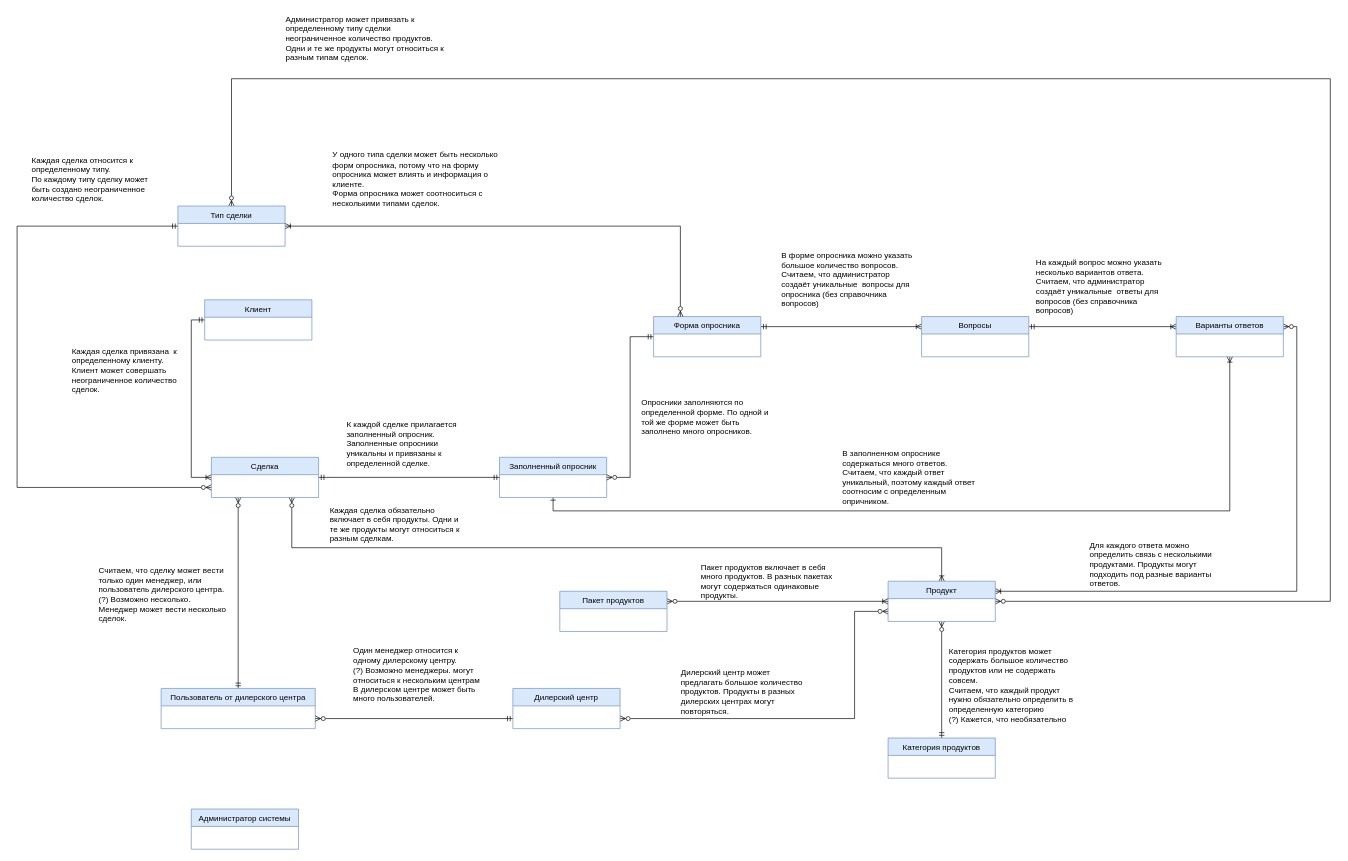
This is Диаграмма меню.drawio from Kkorolyok/Diagrams, a draw.io file, before an edit. Source tidied: cells renumbered, new cells numbered last; positions are measured from the earlier drawing's top-left corner, leaving out a move shared by most shapes. Both pictures are drawn from the tidied source at 67%, with x=0, y=0 at pixel (17, 11).
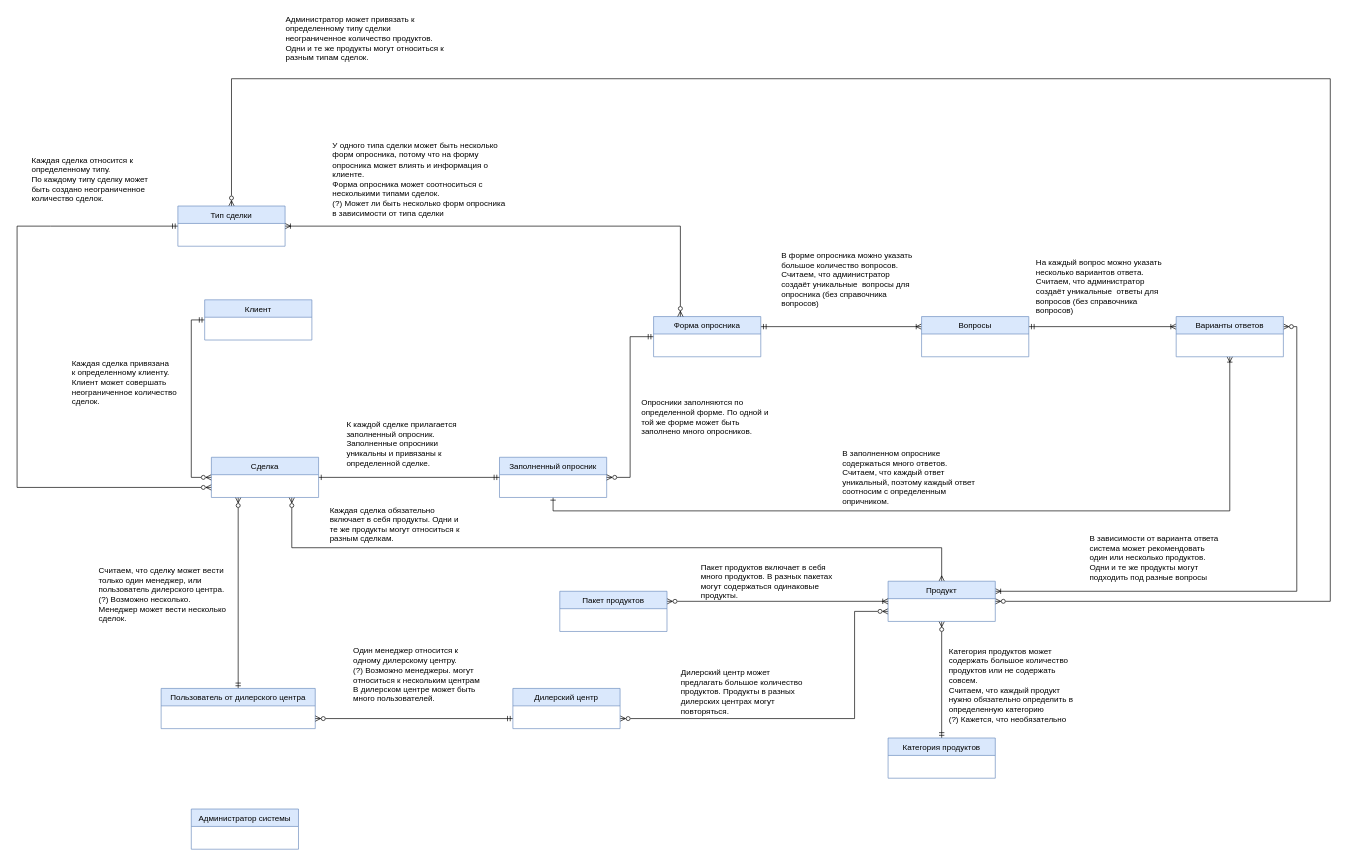
The same page after the edit.

The change refers to these unchanged cells:
```xml
<mxCell id="3" value="Заполненный опросник" style="swimlane;fontStyle=0;align=center;verticalAlign=top;horizontal=1;startSize=26;rounded=0;shadow=0;strokeWidth=1;fillColor=#dae8fc;strokeColor=#6c8ebf;" parent="1" vertex="1">
  <mxGeometry x="720" y="665" width="160" height="60" as="geometry" />
</mxCell>
<mxCell id="12" value="Клиент" style="swimlane;fontStyle=0;align=center;verticalAlign=top;horizontal=1;startSize=26;rounded=0;shadow=0;strokeWidth=1;fillColor=#dae8fc;strokeColor=#6c8ebf;" parent="1" vertex="1">
  <mxGeometry x="280" y="430" width="160" height="60" as="geometry" />
</mxCell>
<mxCell id="20" value="Сделка" style="swimlane;fontStyle=0;align=center;verticalAlign=top;horizontal=1;startSize=26;rounded=0;shadow=0;strokeWidth=1;fillColor=#dae8fc;strokeColor=#6c8ebf;" parent="1" vertex="1">
  <mxGeometry x="290" y="665" width="160" height="60" as="geometry" />
</mxCell>
<mxCell id="34" value="Продукт" style="swimlane;fontStyle=0;align=center;verticalAlign=top;horizontal=1;startSize=26;rounded=0;shadow=0;strokeWidth=1;fillColor=#dae8fc;strokeColor=#6c8ebf;" parent="1" vertex="1">
  <mxGeometry x="1300" y="850" width="160" height="60" as="geometry" />
</mxCell>
```

Diff of the diagram source:
```diff
@@
-    <mxCell id="11" style="edgeStyle=orthogonalEdgeStyle;rounded=0;jettySize=auto;html=1;exitX=0;exitY=0.5;exitDx=0;exitDy=0;entryX=0;entryY=0.5;entryDx=0;entryDy=0;startArrow=ERmandOne;startFill=0;endArrow=ERoneToMany;endFill=0;labelPosition=left;verticalLabelPosition=middle;align=right;verticalAlign=middle;" parent="1" edge="1" source="12" target="20">
+    <mxCell id="11" style="edgeStyle=orthogonalEdgeStyle;rounded=0;jettySize=auto;html=1;exitX=0;exitY=0.5;exitDx=0;exitDy=0;entryX=0;entryY=0.5;entryDx=0;entryDy=0;startArrow=ERmandOne;startFill=0;endArrow=ERzeroToMany;endFill=0;labelPosition=left;verticalLabelPosition=middle;align=right;verticalAlign=middle;" parent="1" edge="1" source="12" target="20">
       <mxGeometry x="0.01" relative="1" as="geometry" />
     </mxCell>
@@
-    <mxCell id="18" style="edgeStyle=orthogonalEdgeStyle;rounded=0;jettySize=auto;html=1;exitX=1;exitY=0.5;exitDx=0;exitDy=0;entryX=0;entryY=0.5;entryDx=0;entryDy=0;startArrow=ERmandOne;startFill=0;endArrow=ERmandOne;endFill=0;" parent="1" edge="1" source="20" target="3">
+    <mxCell id="18" style="edgeStyle=orthogonalEdgeStyle;rounded=0;jettySize=auto;html=1;exitX=1;exitY=0.5;exitDx=0;exitDy=0;entryX=0;entryY=0.5;entryDx=0;entryDy=0;startArrow=ERone;startFill=0;endArrow=ERmandOne;endFill=0;" parent="1" edge="1" source="20" target="3">
       <mxGeometry relative="1" as="geometry" />
     </mxCell>
-    <mxCell id="19" style="edgeStyle=orthogonalEdgeStyle;rounded=0;jettySize=auto;html=1;exitX=0.75;exitY=1;exitDx=0;exitDy=0;entryX=0.5;entryY=0;entryDx=0;entryDy=0;startArrow=ERzeroToMany;startFill=0;endArrow=ERoneToMany;endFill=0;" parent="1" edge="1" source="20" target="34">
+    <mxCell id="19" style="edgeStyle=orthogonalEdgeStyle;rounded=0;jettySize=auto;html=1;exitX=0.75;exitY=1;exitDx=0;exitDy=0;entryX=0.5;entryY=0;entryDx=0;entryDy=0;startArrow=ERzeroToMany;startFill=0;endArrow=ERmany;endFill=0;" parent="1" edge="1" source="20" target="34">
       <mxGeometry relative="1" as="geometry">
         <Array as="points">
           <mxPoint x="410" y="800" />
           <mxPoint x="1380" y="800" />
         </Array>
       </mxGeometry>
     </mxCell>
@@
-    <mxCell id="21" value="Каждая сделка привязана &amp;nbsp;к определенному клиенту.&amp;nbsp;&lt;br&gt;Клиент может совершать неограниченное количество сделок.&amp;nbsp;" style="text;html=1;align=left;verticalAlign=middle;whiteSpace=wrap;rounded=0;" parent="1" vertex="1">
-      <mxGeometry x="80" y="500" width="170" height="70" as="geometry" />
+    <mxCell id="21" value="Каждая сделка привязана &amp;nbsp;&lt;br&gt;к определенному клиенту.&amp;nbsp;&lt;br&gt;Клиент может совершать неограниченное количество сделок.&amp;nbsp;" style="text;html=1;align=left;verticalAlign=middle;whiteSpace=wrap;rounded=0;" parent="1" vertex="1">
+      <mxGeometry x="80" y="518" width="170" height="70" as="geometry" />
     </mxCell>
@@
-    <mxCell id="32" value="&lt;div style=&quot;text-align: left;&quot;&gt;Для каждого ответа можно определить связь с несколькими продуктами. Продукты могут подходить под разные варианты ответов.&amp;nbsp;&lt;/div&gt;" style="text;html=1;strokeColor=none;fillColor=none;align=center;verticalAlign=middle;whiteSpace=wrap;rounded=0;" parent="1" vertex="1">
-      <mxGeometry x="1600" y="810" width="200" height="30" as="geometry" />
+    <mxCell id="32" value="&lt;div style=&quot;text-align: left;&quot;&gt;В зависимости от варианта ответа система может рекомендовать один или несколько продуктов.&amp;nbsp;&lt;/div&gt;&lt;div style=&quot;text-align: left;&quot;&gt;Одни и те же продукты могут подходить под разные вопросы&lt;/div&gt;" style="text;html=1;strokeColor=none;fillColor=none;align=center;verticalAlign=middle;whiteSpace=wrap;rounded=0;" parent="1" vertex="1">
+      <mxGeometry x="1600" y="770" width="200" height="90" as="geometry" />
     </mxCell>
@@
-    <mxCell id="42" value="&lt;div style=&quot;text-align: left;&quot;&gt;У одного типа сделки может быть несколько форм опросника, потому что на форму опросника может влиять и информация о клиенте.&amp;nbsp;&lt;/div&gt;&lt;div style=&quot;text-align: left;&quot;&gt;Форма опросника может соотноситься с несколькими типами сделок. &amp;nbsp;&lt;/div&gt;" style="text;html=1;align=center;verticalAlign=middle;whiteSpace=wrap;rounded=0;" parent="1" vertex="1">
+    <mxCell id="42" value="&lt;div style=&quot;text-align: left;&quot;&gt;У одного типа сделки может быть несколько форм опросника, потому что на форму опросника может влиять и информация о клиенте.&amp;nbsp;&lt;/div&gt;&lt;div style=&quot;text-align: left;&quot;&gt;Форма опросника может соотноситься с несколькими типами сделок. &amp;nbsp;&lt;/div&gt;&lt;div style=&quot;text-align: left;&quot;&gt;(?) Может ли быть несколько форм опросника в зависимости от типа сделки&lt;/div&gt;" style="text;html=1;align=center;verticalAlign=middle;whiteSpace=wrap;rounded=0;" parent="1" vertex="1">
       <mxGeometry x="470" y="210" width="260" height="80" as="geometry" />
     </mxCell>
```
